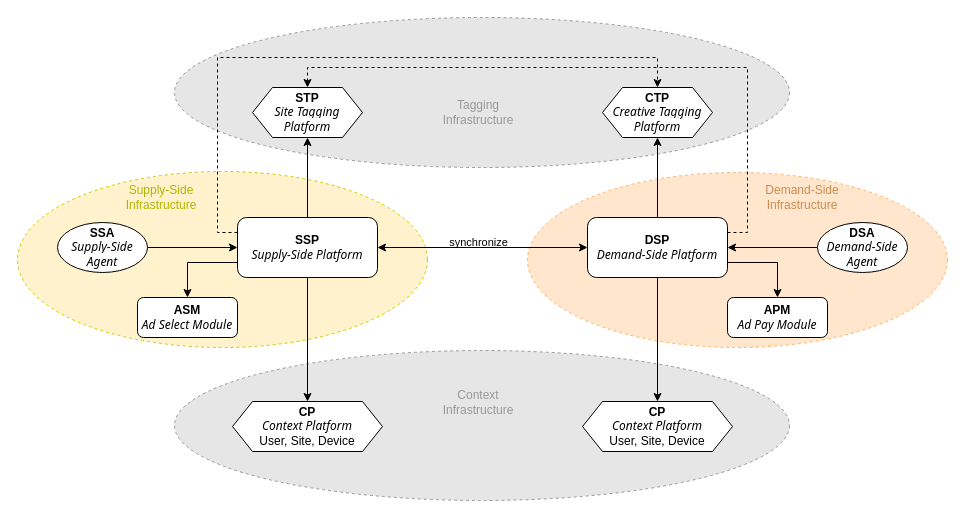
This is protocol2/index.drawio from adshares/adshares-docs, a draw.io file, before an edit. Source tidied: cells renumbered, new cells numbered last; positions are measured from the earlier drawing's top-left corner, leaving out a move shared by most shapes. Both pictures are drawn from the tidied source at 100%, with x=0, y=0 at pixel (17, 17).
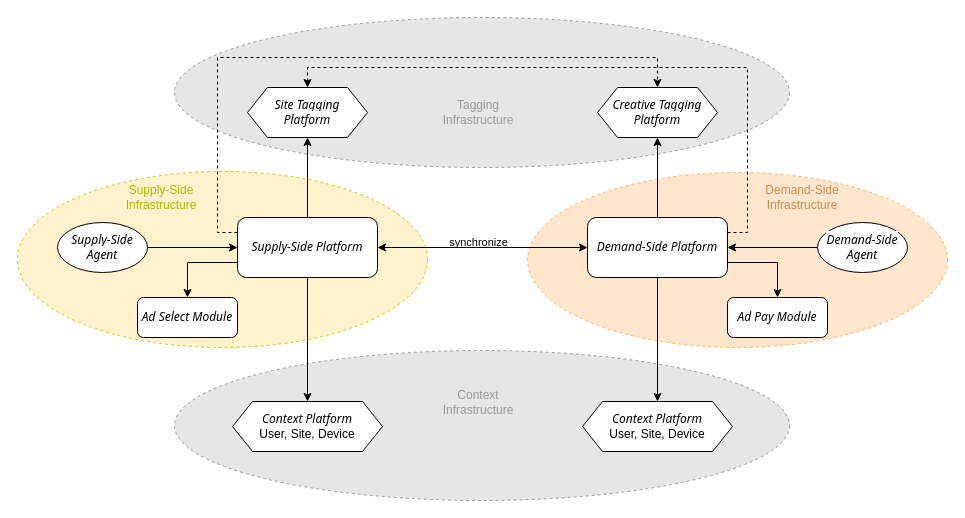
After the change.

The edit, as a diff of the source:
```diff
@@
-    <mxCell id="11" value="&lt;b&gt;SSP&lt;/b&gt;&lt;br&gt;&lt;em style=&quot;font-family: &amp;quot;HCo Gotham&amp;quot;, system-ui, -apple-system, &amp;quot;Segoe UI&amp;quot;, Roboto, &amp;quot;Helvetica Neue&amp;quot;, Arial, &amp;quot;Noto Sans&amp;quot;, &amp;quot;Liberation Sans&amp;quot;, sans-serif, &amp;quot;Apple Color Emoji&amp;quot;, &amp;quot;Segoe UI Emoji&amp;quot;, &amp;quot;Segoe UI Symbol&amp;quot;, &amp;quot;Noto Color Emoji&amp;quot;; text-align: start; background-color: rgb(255, 255, 255);&quot;&gt;&lt;font style=&quot;font-size: 12px;&quot;&gt;Supply-Side Platform&lt;/font&gt;&lt;/em&gt;" style="rounded=1;whiteSpace=wrap;html=1;" parent="1" vertex="1">
+    <mxCell id="11" value="&lt;em style=&quot;font-family: &amp;quot;HCo Gotham&amp;quot;, system-ui, -apple-system, &amp;quot;Segoe UI&amp;quot;, Roboto, &amp;quot;Helvetica Neue&amp;quot;, Arial, &amp;quot;Noto Sans&amp;quot;, &amp;quot;Liberation Sans&amp;quot;, sans-serif, &amp;quot;Apple Color Emoji&amp;quot;, &amp;quot;Segoe UI Emoji&amp;quot;, &amp;quot;Segoe UI Symbol&amp;quot;, &amp;quot;Noto Color Emoji&amp;quot;; text-align: start; background-color: rgb(255, 255, 255);&quot;&gt;&lt;font style=&quot;font-size: 12px;&quot;&gt;Supply-Side Platform&lt;/font&gt;&lt;/em&gt;" style="rounded=1;whiteSpace=wrap;html=1;" parent="1" vertex="1">
       <mxGeometry x="220" y="200" width="140" height="60" as="geometry" />
     </mxCell>
@@
-    <mxCell id="17" value="&lt;b&gt;DSP&lt;/b&gt;&lt;br&gt;&lt;em style=&quot;border-color: var(--border-color); font-family: &amp;quot;HCo Gotham&amp;quot;, system-ui, -apple-system, &amp;quot;Segoe UI&amp;quot;, Roboto, &amp;quot;Helvetica Neue&amp;quot;, Arial, &amp;quot;Noto Sans&amp;quot;, &amp;quot;Liberation Sans&amp;quot;, sans-serif, &amp;quot;Apple Color Emoji&amp;quot;, &amp;quot;Segoe UI Emoji&amp;quot;, &amp;quot;Segoe UI Symbol&amp;quot;, &amp;quot;Noto Color Emoji&amp;quot;; text-align: start; background-color: rgb(255, 255, 255);&quot;&gt;&lt;font style=&quot;border-color: var(--border-color);&quot;&gt;Demand-Side Platform&lt;/font&gt;&lt;/em&gt;" style="rounded=1;whiteSpace=wrap;html=1;" parent="1" vertex="1">
+    <mxCell id="17" value="&lt;em style=&quot;border-color: var(--border-color); font-family: &amp;quot;HCo Gotham&amp;quot;, system-ui, -apple-system, &amp;quot;Segoe UI&amp;quot;, Roboto, &amp;quot;Helvetica Neue&amp;quot;, Arial, &amp;quot;Noto Sans&amp;quot;, &amp;quot;Liberation Sans&amp;quot;, sans-serif, &amp;quot;Apple Color Emoji&amp;quot;, &amp;quot;Segoe UI Emoji&amp;quot;, &amp;quot;Segoe UI Symbol&amp;quot;, &amp;quot;Noto Color Emoji&amp;quot;; text-align: start; background-color: rgb(255, 255, 255);&quot;&gt;&lt;font style=&quot;border-color: var(--border-color);&quot;&gt;Demand-Side Platform&lt;/font&gt;&lt;/em&gt;" style="rounded=1;whiteSpace=wrap;html=1;" parent="1" vertex="1">
       <mxGeometry x="570" y="200" width="140" height="60" as="geometry" />
     </mxCell>
-    <mxCell id="18" value="&lt;b&gt;CTP&lt;br&gt;&lt;/b&gt;&lt;em style=&quot;font-family: &amp;quot;HCo Gotham&amp;quot;, system-ui, -apple-system, &amp;quot;Segoe UI&amp;quot;, Roboto, &amp;quot;Helvetica Neue&amp;quot;, Arial, &amp;quot;Noto Sans&amp;quot;, &amp;quot;Liberation Sans&amp;quot;, sans-serif, &amp;quot;Apple Color Emoji&amp;quot;, &amp;quot;Segoe UI Emoji&amp;quot;, &amp;quot;Segoe UI Symbol&amp;quot;, &amp;quot;Noto Color Emoji&amp;quot;; text-align: start; background-color: rgb(255, 255, 255);&quot;&gt;&lt;font style=&quot;font-size: 12px;&quot;&gt;Creative Tagging Platform&lt;/font&gt;&lt;/em&gt;&lt;b&gt;&lt;br&gt;&lt;/b&gt;" style="shape=hexagon;perimeter=hexagonPerimeter2;whiteSpace=wrap;html=1;fixedSize=1;" parent="1" vertex="1">
-      <mxGeometry x="585" y="70" width="110" height="50" as="geometry" />
+    <mxCell id="18" value="&lt;em style=&quot;font-family: &amp;quot;HCo Gotham&amp;quot;, system-ui, -apple-system, &amp;quot;Segoe UI&amp;quot;, Roboto, &amp;quot;Helvetica Neue&amp;quot;, Arial, &amp;quot;Noto Sans&amp;quot;, &amp;quot;Liberation Sans&amp;quot;, sans-serif, &amp;quot;Apple Color Emoji&amp;quot;, &amp;quot;Segoe UI Emoji&amp;quot;, &amp;quot;Segoe UI Symbol&amp;quot;, &amp;quot;Noto Color Emoji&amp;quot;; text-align: start; background-color: rgb(255, 255, 255);&quot;&gt;&lt;font style=&quot;font-size: 12px;&quot;&gt;Creative Tagging Platform&lt;/font&gt;&lt;/em&gt;&lt;b&gt;&lt;br&gt;&lt;/b&gt;" style="shape=hexagon;perimeter=hexagonPerimeter2;whiteSpace=wrap;html=1;fixedSize=1;" parent="1" vertex="1">
+      <mxGeometry x="580" y="70" width="120" height="50" as="geometry" />
     </mxCell>
-    <mxCell id="19" value="&lt;b&gt;STP&lt;/b&gt;&lt;br&gt;&lt;em style=&quot;font-family: &amp;quot;HCo Gotham&amp;quot;, system-ui, -apple-system, &amp;quot;Segoe UI&amp;quot;, Roboto, &amp;quot;Helvetica Neue&amp;quot;, Arial, &amp;quot;Noto Sans&amp;quot;, &amp;quot;Liberation Sans&amp;quot;, sans-serif, &amp;quot;Apple Color Emoji&amp;quot;, &amp;quot;Segoe UI Emoji&amp;quot;, &amp;quot;Segoe UI Symbol&amp;quot;, &amp;quot;Noto Color Emoji&amp;quot;; text-align: start; background-color: rgb(255, 255, 255);&quot;&gt;&lt;font style=&quot;font-size: 12px;&quot;&gt;Site Tagging Platform&lt;/font&gt;&lt;/em&gt;" style="shape=hexagon;perimeter=hexagonPerimeter2;whiteSpace=wrap;html=1;fixedSize=1;" parent="1" vertex="1">
-      <mxGeometry x="235" y="70" width="110" height="50" as="geometry" />
+    <mxCell id="19" value="&lt;em style=&quot;font-family: &amp;quot;HCo Gotham&amp;quot;, system-ui, -apple-system, &amp;quot;Segoe UI&amp;quot;, Roboto, &amp;quot;Helvetica Neue&amp;quot;, Arial, &amp;quot;Noto Sans&amp;quot;, &amp;quot;Liberation Sans&amp;quot;, sans-serif, &amp;quot;Apple Color Emoji&amp;quot;, &amp;quot;Segoe UI Emoji&amp;quot;, &amp;quot;Segoe UI Symbol&amp;quot;, &amp;quot;Noto Color Emoji&amp;quot;; text-align: start; background-color: rgb(255, 255, 255);&quot;&gt;&lt;font style=&quot;font-size: 12px;&quot;&gt;Site Tagging&lt;br&gt;Platform&lt;/font&gt;&lt;/em&gt;" style="shape=hexagon;perimeter=hexagonPerimeter2;whiteSpace=wrap;html=1;fixedSize=1;" parent="1" vertex="1">
+      <mxGeometry x="230" y="70" width="120" height="50" as="geometry" />
     </mxCell>
@@
-    <mxCell id="21" value="&lt;b&gt;DSA&lt;/b&gt;&lt;br style=&quot;border-color: var(--border-color);&quot;&gt;&lt;em style=&quot;border-color: var(--border-color); font-family: &amp;quot;HCo Gotham&amp;quot;, system-ui, -apple-system, &amp;quot;Segoe UI&amp;quot;, Roboto, &amp;quot;Helvetica Neue&amp;quot;, Arial, &amp;quot;Noto Sans&amp;quot;, &amp;quot;Liberation Sans&amp;quot;, sans-serif, &amp;quot;Apple Color Emoji&amp;quot;, &amp;quot;Segoe UI Emoji&amp;quot;, &amp;quot;Segoe UI Symbol&amp;quot;, &amp;quot;Noto Color Emoji&amp;quot;; text-align: start; background-color: rgb(255, 255, 255);&quot;&gt;&lt;font style=&quot;border-color: var(--border-color);&quot;&gt;Demand-Side Agent&lt;/font&gt;&lt;/em&gt;" style="ellipse;whiteSpace=wrap;html=1;" parent="1" vertex="1">
+    <mxCell id="21" value="&lt;em style=&quot;border-color: var(--border-color); font-family: &amp;quot;HCo Gotham&amp;quot;, system-ui, -apple-system, &amp;quot;Segoe UI&amp;quot;, Roboto, &amp;quot;Helvetica Neue&amp;quot;, Arial, &amp;quot;Noto Sans&amp;quot;, &amp;quot;Liberation Sans&amp;quot;, sans-serif, &amp;quot;Apple Color Emoji&amp;quot;, &amp;quot;Segoe UI Emoji&amp;quot;, &amp;quot;Segoe UI Symbol&amp;quot;, &amp;quot;Noto Color Emoji&amp;quot;; text-align: start; background-color: rgb(255, 255, 255);&quot;&gt;&lt;font style=&quot;border-color: var(--border-color);&quot;&gt;Demand-Side Agent&lt;/font&gt;&lt;/em&gt;" style="ellipse;whiteSpace=wrap;html=1;" parent="1" vertex="1">
       <mxGeometry x="800" y="205" width="90" height="50" as="geometry" />
     </mxCell>
-    <mxCell id="22" value="&lt;b&gt;SSA&lt;/b&gt;&lt;br&gt;&lt;em style=&quot;font-family: &amp;quot;HCo Gotham&amp;quot;, system-ui, -apple-system, &amp;quot;Segoe UI&amp;quot;, Roboto, &amp;quot;Helvetica Neue&amp;quot;, Arial, &amp;quot;Noto Sans&amp;quot;, &amp;quot;Liberation Sans&amp;quot;, sans-serif, &amp;quot;Apple Color Emoji&amp;quot;, &amp;quot;Segoe UI Emoji&amp;quot;, &amp;quot;Segoe UI Symbol&amp;quot;, &amp;quot;Noto Color Emoji&amp;quot;; text-align: start; background-color: rgb(255, 255, 255);&quot;&gt;&lt;font style=&quot;font-size: 12px;&quot;&gt;Supply-Side Agent&lt;/font&gt;&lt;/em&gt;" style="ellipse;whiteSpace=wrap;html=1;" parent="1" vertex="1">
+    <mxCell id="22" value="&lt;em style=&quot;font-family: &amp;quot;HCo Gotham&amp;quot;, system-ui, -apple-system, &amp;quot;Segoe UI&amp;quot;, Roboto, &amp;quot;Helvetica Neue&amp;quot;, Arial, &amp;quot;Noto Sans&amp;quot;, &amp;quot;Liberation Sans&amp;quot;, sans-serif, &amp;quot;Apple Color Emoji&amp;quot;, &amp;quot;Segoe UI Emoji&amp;quot;, &amp;quot;Segoe UI Symbol&amp;quot;, &amp;quot;Noto Color Emoji&amp;quot;; text-align: start; background-color: rgb(255, 255, 255);&quot;&gt;&lt;font style=&quot;font-size: 12px;&quot;&gt;Supply-Side Agent&lt;/font&gt;&lt;/em&gt;" style="ellipse;whiteSpace=wrap;html=1;" parent="1" vertex="1">
       <mxGeometry x="40" y="205" width="90" height="50" as="geometry" />
     </mxCell>
-    <mxCell id="23" value="&lt;b style=&quot;border-color: var(--border-color);&quot;&gt;ASM&lt;/b&gt;&lt;br style=&quot;border-color: var(--border-color);&quot;&gt;&lt;em style=&quot;border-color: var(--border-color); font-family: &amp;quot;HCo Gotham&amp;quot;, system-ui, -apple-system, &amp;quot;Segoe UI&amp;quot;, Roboto, &amp;quot;Helvetica Neue&amp;quot;, Arial, &amp;quot;Noto Sans&amp;quot;, &amp;quot;Liberation Sans&amp;quot;, sans-serif, &amp;quot;Apple Color Emoji&amp;quot;, &amp;quot;Segoe UI Emoji&amp;quot;, &amp;quot;Segoe UI Symbol&amp;quot;, &amp;quot;Noto Color Emoji&amp;quot;; text-align: start; background-color: rgb(255, 255, 255);&quot;&gt;&lt;font style=&quot;border-color: var(--border-color);&quot;&gt;Ad Select Module&lt;/font&gt;&lt;/em&gt;" style="rounded=1;whiteSpace=wrap;html=1;" parent="1" vertex="1">
+    <mxCell id="23" value="&lt;em style=&quot;border-color: var(--border-color); font-family: &amp;quot;HCo Gotham&amp;quot;, system-ui, -apple-system, &amp;quot;Segoe UI&amp;quot;, Roboto, &amp;quot;Helvetica Neue&amp;quot;, Arial, &amp;quot;Noto Sans&amp;quot;, &amp;quot;Liberation Sans&amp;quot;, sans-serif, &amp;quot;Apple Color Emoji&amp;quot;, &amp;quot;Segoe UI Emoji&amp;quot;, &amp;quot;Segoe UI Symbol&amp;quot;, &amp;quot;Noto Color Emoji&amp;quot;; text-align: start; background-color: rgb(255, 255, 255);&quot;&gt;&lt;font style=&quot;border-color: var(--border-color);&quot;&gt;Ad Select Module&lt;/font&gt;&lt;/em&gt;" style="rounded=1;whiteSpace=wrap;html=1;" parent="1" vertex="1">
       <mxGeometry x="120" y="280" width="100" height="40" as="geometry" />
     </mxCell>
-    <mxCell id="24" value="&lt;b style=&quot;border-color: var(--border-color);&quot;&gt;APM&lt;/b&gt;&lt;br style=&quot;border-color: var(--border-color);&quot;&gt;&lt;em style=&quot;border-color: var(--border-color); font-family: &amp;quot;HCo Gotham&amp;quot;, system-ui, -apple-system, &amp;quot;Segoe UI&amp;quot;, Roboto, &amp;quot;Helvetica Neue&amp;quot;, Arial, &amp;quot;Noto Sans&amp;quot;, &amp;quot;Liberation Sans&amp;quot;, sans-serif, &amp;quot;Apple Color Emoji&amp;quot;, &amp;quot;Segoe UI Emoji&amp;quot;, &amp;quot;Segoe UI Symbol&amp;quot;, &amp;quot;Noto Color Emoji&amp;quot;; text-align: start; background-color: rgb(255, 255, 255);&quot;&gt;&lt;font style=&quot;border-color: var(--border-color);&quot;&gt;Ad Pay Module&lt;/font&gt;&lt;/em&gt;" style="rounded=1;whiteSpace=wrap;html=1;" parent="1" vertex="1">
+    <mxCell id="24" value="&lt;em style=&quot;border-color: var(--border-color); font-family: &amp;quot;HCo Gotham&amp;quot;, system-ui, -apple-system, &amp;quot;Segoe UI&amp;quot;, Roboto, &amp;quot;Helvetica Neue&amp;quot;, Arial, &amp;quot;Noto Sans&amp;quot;, &amp;quot;Liberation Sans&amp;quot;, sans-serif, &amp;quot;Apple Color Emoji&amp;quot;, &amp;quot;Segoe UI Emoji&amp;quot;, &amp;quot;Segoe UI Symbol&amp;quot;, &amp;quot;Noto Color Emoji&amp;quot;; text-align: start; background-color: rgb(255, 255, 255);&quot;&gt;&lt;font style=&quot;border-color: var(--border-color);&quot;&gt;Ad Pay Module&lt;/font&gt;&lt;/em&gt;" style="rounded=1;whiteSpace=wrap;html=1;" parent="1" vertex="1">
       <mxGeometry x="710" y="280" width="100" height="40" as="geometry" />
     </mxCell>
@@
-    <mxCell id="29" value="&lt;font style=&quot;font-size: 12px;&quot;&gt;&lt;b&gt;CP&lt;br&gt;&lt;/b&gt;&lt;em style=&quot;font-family: &amp;quot;HCo Gotham&amp;quot;, system-ui, -apple-system, &amp;quot;Segoe UI&amp;quot;, Roboto, &amp;quot;Helvetica Neue&amp;quot;, Arial, &amp;quot;Noto Sans&amp;quot;, &amp;quot;Liberation Sans&amp;quot;, sans-serif, &amp;quot;Apple Color Emoji&amp;quot;, &amp;quot;Segoe UI Emoji&amp;quot;, &amp;quot;Segoe UI Symbol&amp;quot;, &amp;quot;Noto Color Emoji&amp;quot;; text-align: start; background-color: rgb(255, 255, 255);&quot;&gt;Context Platform&lt;br&gt;&lt;/em&gt;&lt;/font&gt;User, Site, Device" style="shape=hexagon;perimeter=hexagonPerimeter2;whiteSpace=wrap;html=1;fixedSize=1;" parent="1" vertex="1">
+    <mxCell id="29" value="&lt;font style=&quot;font-size: 12px;&quot;&gt;&lt;em style=&quot;font-family: &amp;quot;HCo Gotham&amp;quot;, system-ui, -apple-system, &amp;quot;Segoe UI&amp;quot;, Roboto, &amp;quot;Helvetica Neue&amp;quot;, Arial, &amp;quot;Noto Sans&amp;quot;, &amp;quot;Liberation Sans&amp;quot;, sans-serif, &amp;quot;Apple Color Emoji&amp;quot;, &amp;quot;Segoe UI Emoji&amp;quot;, &amp;quot;Segoe UI Symbol&amp;quot;, &amp;quot;Noto Color Emoji&amp;quot;; text-align: start; background-color: rgb(255, 255, 255);&quot;&gt;Context Platform&lt;br&gt;&lt;/em&gt;&lt;/font&gt;User, Site, Device" style="shape=hexagon;perimeter=hexagonPerimeter2;whiteSpace=wrap;html=1;fixedSize=1;" parent="1" vertex="1">
       <mxGeometry x="215" y="384" width="150" height="50" as="geometry" />
     </mxCell>
-    <mxCell id="30" value="&lt;font style=&quot;font-size: 12px;&quot;&gt;&lt;b&gt;CP&lt;br&gt;&lt;/b&gt;&lt;em style=&quot;font-family: &amp;quot;HCo Gotham&amp;quot;, system-ui, -apple-system, &amp;quot;Segoe UI&amp;quot;, Roboto, &amp;quot;Helvetica Neue&amp;quot;, Arial, &amp;quot;Noto Sans&amp;quot;, &amp;quot;Liberation Sans&amp;quot;, sans-serif, &amp;quot;Apple Color Emoji&amp;quot;, &amp;quot;Segoe UI Emoji&amp;quot;, &amp;quot;Segoe UI Symbol&amp;quot;, &amp;quot;Noto Color Emoji&amp;quot;; text-align: start; background-color: rgb(255, 255, 255);&quot;&gt;Context Platform&lt;br&gt;&lt;/em&gt;&lt;/font&gt;User, Site, Device" style="shape=hexagon;perimeter=hexagonPerimeter2;whiteSpace=wrap;html=1;fixedSize=1;" parent="1" vertex="1">
+    <mxCell id="30" value="&lt;font style=&quot;font-size: 12px;&quot;&gt;&lt;em style=&quot;font-family: &amp;quot;HCo Gotham&amp;quot;, system-ui, -apple-system, &amp;quot;Segoe UI&amp;quot;, Roboto, &amp;quot;Helvetica Neue&amp;quot;, Arial, &amp;quot;Noto Sans&amp;quot;, &amp;quot;Liberation Sans&amp;quot;, sans-serif, &amp;quot;Apple Color Emoji&amp;quot;, &amp;quot;Segoe UI Emoji&amp;quot;, &amp;quot;Segoe UI Symbol&amp;quot;, &amp;quot;Noto Color Emoji&amp;quot;; text-align: start; background-color: rgb(255, 255, 255);&quot;&gt;Context Platform&lt;br&gt;&lt;/em&gt;&lt;/font&gt;User, Site, Device" style="shape=hexagon;perimeter=hexagonPerimeter2;whiteSpace=wrap;html=1;fixedSize=1;" parent="1" vertex="1">
       <mxGeometry x="565" y="384" width="150" height="50" as="geometry" />
     </mxCell>
```
